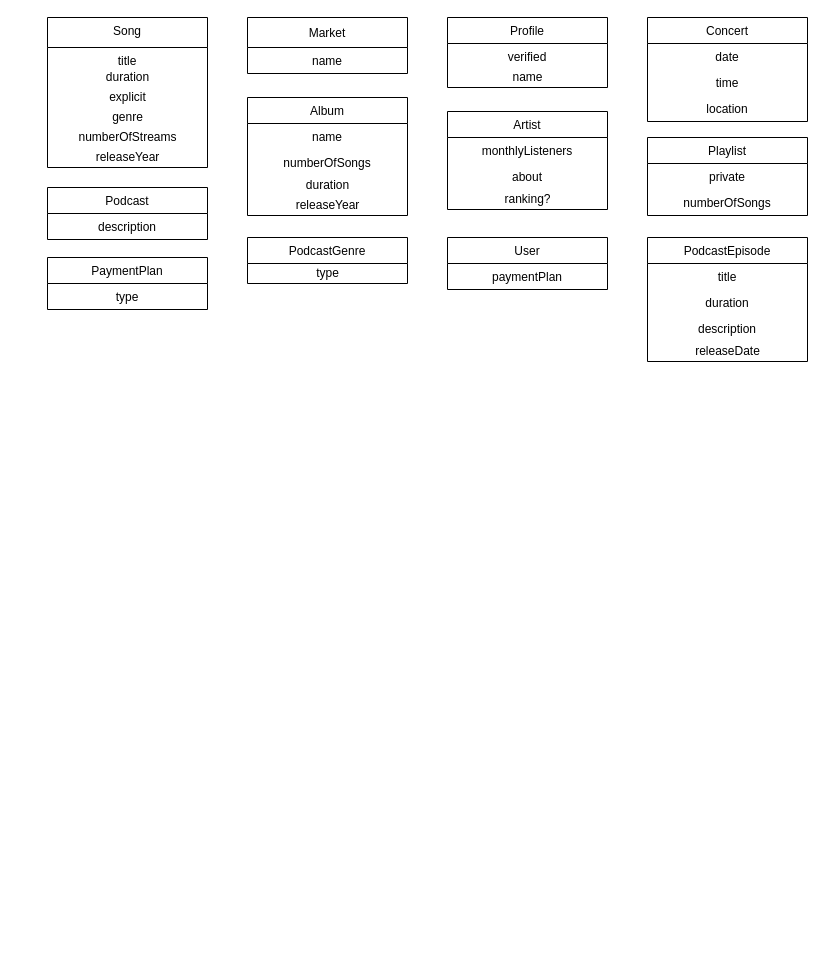
Before: Spotify-class-diag.drawio in Naapperas/feup-bd, a draw.io diagram. Source tidied: cells renumbered, new cells numbered last; positions are measured from the earlier drawing's top-left corner, leaving out a move shared by most shapes. Both pictures are drawn from the tidied source at 100%, with x=0, y=0 at pixel (47, 17).
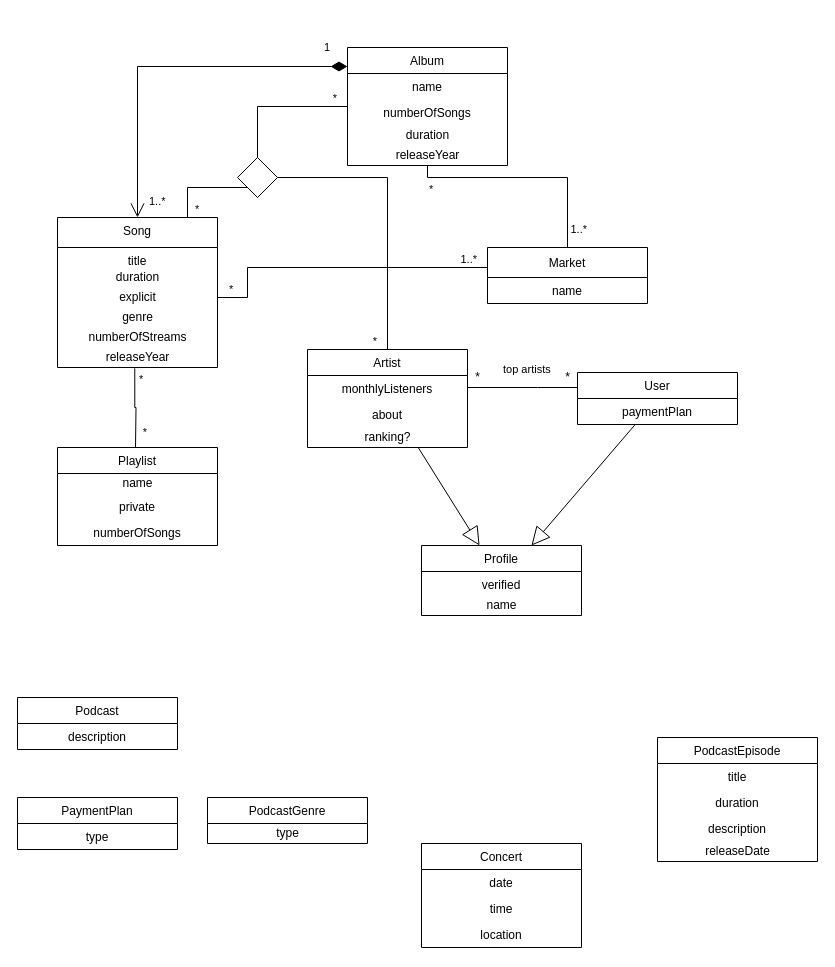
After the change.

Commit message:
Started designing the database's conceptual model

Unchanged cells that the change refers to:
```xml
<mxCell id="8" value="releaseYear" style="text;html=1;align=center;verticalAlign=middle;points=[];strokeColor=none;fillColor=none;" parent="2" vertex="1">
  <mxGeometry y="130" width="160" height="20" as="geometry" />
</mxCell>
```

What changed in the source:
```diff
@@
     <mxCell id="2" value="Song" style="swimlane;fontStyle=0;align=center;verticalAlign=top;horizontal=1;startSize=30;rounded=0;shadow=0;strokeWidth=1;" parent="1" vertex="1">
-      <mxGeometry width="160" height="150" as="geometry" />
+      <mxGeometry x="10" y="200" width="160" height="150" as="geometry" />
     </mxCell>
@@
     <mxCell id="9" value="Market" style="swimlane;fontStyle=0;horizontal=1;startSize=30;fillColor=none;align=center;" parent="1" vertex="1">
-      <mxGeometry x="200" width="160" height="56" as="geometry" />
+      <mxGeometry x="440" y="230" width="160" height="56" as="geometry" />
     </mxCell>
@@
     <mxCell id="11" value="Album" style="swimlane;fontStyle=0;horizontal=1;startSize=26;fillColor=none;align=center;" parent="1" vertex="1">
-      <mxGeometry x="200" y="80" width="160" height="118" as="geometry" />
+      <mxGeometry x="300" y="30" width="160" height="118" as="geometry" />
     </mxCell>
@@
     <mxCell id="16" value="Profile" style="swimlane;fontStyle=0;horizontal=1;startSize=26;fillColor=none;align=center;" parent="1" vertex="1">
-      <mxGeometry x="400" width="160" height="70" as="geometry" />
+      <mxGeometry x="374" y="528" width="160" height="70" as="geometry" />
     </mxCell>
@@
     <mxCell id="19" value="Artist" style="swimlane;fontStyle=0;horizontal=1;startSize=26;fillColor=none;align=center;" parent="1" vertex="1">
-      <mxGeometry x="400" y="94" width="160" height="98" as="geometry" />
+      <mxGeometry x="260" y="332" width="160" height="98" as="geometry" />
     </mxCell>
@@
     <mxCell id="23" value="User" style="swimlane;fontStyle=0;horizontal=1;startSize=26;fillColor=none;align=center;" parent="1" vertex="1">
-      <mxGeometry x="400" y="220" width="160" height="52" as="geometry" />
+      <mxGeometry x="530" y="355" width="160" height="52" as="geometry" />
     </mxCell>
@@
     <mxCell id="25" value="Concert" style="swimlane;fontStyle=0;horizontal=1;startSize=26;fillColor=none;align=center;" parent="1" vertex="1">
-      <mxGeometry x="600" width="160" height="104" as="geometry" />
+      <mxGeometry x="374" y="826" width="160" height="104" as="geometry" />
     </mxCell>
@@
     <mxCell id="29" value="Playlist" style="swimlane;fontStyle=0;horizontal=1;startSize=26;fillColor=none;align=center;" parent="1" vertex="1">
-      <mxGeometry x="600" y="120" width="160" height="78" as="geometry" />
+      <mxGeometry x="10" y="430" width="160" height="98" as="geometry" />
     </mxCell>
+    <mxCell id="43" value="name" style="text;html=1;align=center;verticalAlign=middle;strokeColor=none;fillColor=none;" parent="29" vertex="1">
+      <mxGeometry y="26" width="160" height="20" as="geometry" />
+    </mxCell>
     <mxCell id="30" value="private" style="text;strokeColor=none;fillColor=none;align=center;verticalAlign=top;spacingLeft=4;spacingRight=4;overflow=hidden;" parent="29" vertex="1">
-      <mxGeometry y="26" width="160" height="26" as="geometry" />
+      <mxGeometry y="46" width="160" height="26" as="geometry" />
     </mxCell>
     <mxCell id="31" value="numberOfSongs" style="text;strokeColor=none;fillColor=none;align=center;verticalAlign=top;spacingLeft=4;spacingRight=4;overflow=hidden;" parent="29" vertex="1">
-      <mxGeometry y="52" width="160" height="26" as="geometry" />
+      <mxGeometry y="72" width="160" height="26" as="geometry" />
     </mxCell>
     <mxCell id="32" value="Podcast" style="swimlane;fontStyle=0;horizontal=1;startSize=26;fillColor=none;align=center;" parent="1" vertex="1">
-      <mxGeometry y="170" width="160" height="52" as="geometry" />
+      <mxGeometry x="-30" y="680" width="160" height="52" as="geometry" />
     </mxCell>
@@
     <mxCell id="34" value="PodcastGenre" style="swimlane;fontStyle=0;horizontal=1;startSize=26;fillColor=none;align=center;" parent="1" vertex="1">
-      <mxGeometry x="200" y="220" width="160" height="46" as="geometry" />
+      <mxGeometry x="160" y="780" width="160" height="46" as="geometry" />
     </mxCell>
@@
     <mxCell id="36" value="PaymentPlan" style="swimlane;fontStyle=0;horizontal=1;startSize=26;fillColor=none;align=center;" parent="1" vertex="1">
-      <mxGeometry y="240" width="160" height="52" as="geometry" />
+      <mxGeometry x="-30" y="780" width="160" height="52" as="geometry" />
     </mxCell>
@@
     <mxCell id="38" value="PodcastEpisode" style="swimlane;fontStyle=0;horizontal=1;startSize=26;fillColor=none;align=center;" parent="1" vertex="1">
-      <mxGeometry x="600" y="220" width="160" height="124" as="geometry" />
+      <mxGeometry x="610" y="720" width="160" height="124" as="geometry" />
     </mxCell>
@@
+    <mxCell id="44" value="1" style="endArrow=open;html=1;endSize=12;startArrow=diamondThin;startSize=14;startFill=1;edgeStyle=orthogonalEdgeStyle;align=left;verticalAlign=bottom;rounded=0;" parent="1" edge="1" source="11" target="2">
+      <mxGeometry x="-0.86" y="-10" relative="1" as="geometry">
+        <Array as="points">
+          <mxPoint x="90" y="49" />
+        </Array>
+      </mxGeometry>
+    </mxCell>
+    <mxCell id="45" value="&lt;span style=&quot;color: rgb(0 , 0 , 0) ; font-family: &amp;#34;helvetica&amp;#34; ; font-size: 11px ; font-style: normal ; font-weight: 400 ; letter-spacing: normal ; text-align: left ; text-indent: 0px ; text-transform: none ; word-spacing: 0px ; background-color: rgb(255 , 255 , 255) ; display: inline ; float: none&quot;&gt;1..*&lt;/span&gt;" style="text;whiteSpace=wrap;html=1;" parent="1" vertex="1">
+      <mxGeometry x="100" y="170" width="10" height="20" as="geometry" />
+    </mxCell>
+    <mxCell id="46" style="endArrow=none;html=1;edgeStyle=orthogonalEdgeStyle;rounded=0;align=center;" parent="1" edge="1" source="2" target="9">
+      <mxGeometry relative="1" as="geometry">
+        <Array as="points">
+          <mxPoint x="200" y="280" />
+          <mxPoint x="200" y="250" />
+        </Array>
+      </mxGeometry>
+    </mxCell>
+    <mxCell id="47" value="*" style="edgeLabel;html=1;align=left;verticalAlign=bottom;" parent="46" vertex="1">
+      <mxGeometry x="-1" relative="1" as="geometry">
+        <mxPoint x="10" as="offset" />
+      </mxGeometry>
+    </mxCell>
+    <mxCell id="48" value="1..*" style="edgeLabel;html=1;align=right;verticalAlign=bottom;" parent="46" vertex="1">
+      <mxGeometry x="1" relative="1" as="geometry">
+        <mxPoint x="-10" as="offset" />
+      </mxGeometry>
+    </mxCell>
+    <mxCell id="49" style="endArrow=none;html=1;edgeStyle=orthogonalEdgeStyle;rounded=0;align=center;entryX=0.5;entryY=0;entryDx=0;entryDy=0;" parent="1" edge="1" source="11" target="9">
+      <mxGeometry relative="1" as="geometry">
+        <Array as="points">
+          <mxPoint x="380" y="160" />
+          <mxPoint x="520" y="160" />
+        </Array>
+      </mxGeometry>
+    </mxCell>
+    <mxCell id="50" value="*" style="edgeLabel;html=1;align=left;verticalAlign=bottom;" parent="49" vertex="1">
+      <mxGeometry x="-1" relative="1" as="geometry">
+        <mxPoint y="32" as="offset" />
+      </mxGeometry>
+    </mxCell>
+    <mxCell id="51" value="1..*" style="edgeLabel;html=1;align=right;verticalAlign=bottom;" parent="49" vertex="1">
+      <mxGeometry x="1" relative="1" as="geometry">
+        <mxPoint x="20" y="-10" as="offset" />
+      </mxGeometry>
+    </mxCell>
+    <mxCell id="52" style="endArrow=none;html=1;edgeStyle=orthogonalEdgeStyle;rounded=0;align=center;exitX=0.483;exitY=1.043;exitDx=0;exitDy=0;exitPerimeter=0;" parent="1" edge="1" source="8">
+      <mxGeometry relative="1" as="geometry">
+        <mxPoint x="88" y="430" as="targetPoint" />
+      </mxGeometry>
+    </mxCell>
+    <mxCell id="53" value="*" style="edgeLabel;html=1;align=left;verticalAlign=bottom;" parent="52" vertex="1">
+      <mxGeometry x="-1" relative="1" as="geometry">
+        <mxPoint x="3" y="19" as="offset" />
+      </mxGeometry>
+    </mxCell>
+    <mxCell id="54" value="*" style="edgeLabel;html=1;align=right;verticalAlign=bottom;" parent="52" vertex="1">
+      <mxGeometry x="1" relative="1" as="geometry">
+        <mxPoint x="12" y="-7" as="offset" />
+      </mxGeometry>
+    </mxCell>
+    <mxCell id="55" style="rhombus;whiteSpace=wrap;html=1;align=center;" parent="1" vertex="1">
+      <mxGeometry x="190" y="140" width="40" height="40" as="geometry" />
+    </mxCell>
+    <mxCell id="56" style="endArrow=none;html=1;edgeStyle=orthogonalEdgeStyle;rounded=0;align=center;exitX=0.5;exitY=0;exitDx=0;exitDy=0;" parent="1" edge="1" source="55" target="11">
+      <mxGeometry relative="1" as="geometry" />
+    </mxCell>
+    <mxCell id="57" value="*" style="edgeLabel;html=1;align=right;verticalAlign=bottom;" parent="56" vertex="1">
+      <mxGeometry x="1" relative="1" as="geometry">
+        <mxPoint x="-10" as="offset" />
+      </mxGeometry>
+    </mxCell>
+    <mxCell id="58" style="endArrow=none;html=1;edgeStyle=orthogonalEdgeStyle;rounded=0;align=center;entryX=0.5;entryY=0;entryDx=0;entryDy=0;" parent="1" edge="1" source="55" target="19">
+      <mxGeometry relative="1" as="geometry" />
+    </mxCell>
+    <mxCell id="59" value="*" style="edgeLabel;html=1;align=right;verticalAlign=bottom;" parent="58" vertex="1">
+      <mxGeometry x="1" relative="1" as="geometry">
+        <mxPoint x="-10" as="offset" />
+      </mxGeometry>
+    </mxCell>
+    <mxCell id="60" style="endArrow=none;html=1;edgeStyle=orthogonalEdgeStyle;rounded=0;align=center;" parent="1" edge="1" source="2" target="55">
+      <mxGeometry relative="1" as="geometry">
+        <Array as="points">
+          <mxPoint x="140" y="170" />
+        </Array>
+      </mxGeometry>
+    </mxCell>
+    <mxCell id="61" value="&amp;nbsp; *" style="edgeLabel;html=1;align=left;verticalAlign=bottom;" parent="60" vertex="1">
+      <mxGeometry x="-1" relative="1" as="geometry" />
+    </mxCell>
+    <mxCell id="62" style="endArrow=block;endSize=16;endFill=0;html=1;rounded=0;align=center;" parent="1" edge="1" source="19" target="16">
+      <mxGeometry x="-0.22" y="-35" relative="1" as="geometry" />
+    </mxCell>
+    <mxCell id="63" style="endArrow=block;endSize=16;endFill=0;html=1;rounded=0;align=center;" parent="1" edge="1" source="23" target="16">
+      <mxGeometry x="-0.11" y="42" relative="1" as="geometry" />
+    </mxCell>
+    <mxCell id="64" style="endArrow=none;html=1;edgeStyle=orthogonalEdgeStyle;rounded=0;align=center;" parent="1" edge="1" source="19" target="23">
+      <mxGeometry relative="1" as="geometry">
+        <Array as="points">
+          <mxPoint x="490" y="370" />
+          <mxPoint x="490" y="370" />
+        </Array>
+      </mxGeometry>
+    </mxCell>
+    <mxCell id="65" value="top artists" style="edgeLabel;html=1;align=left;verticalAlign=bottom;" parent="64" vertex="1">
+      <mxGeometry x="-1" relative="1" as="geometry">
+        <mxPoint x="34" y="-10" as="offset" />
+      </mxGeometry>
+    </mxCell>
+    <mxCell id="66" value="*" style="text;html=1;align=center;verticalAlign=middle;strokeColor=none;fillColor=none;" parent="1" vertex="1">
+      <mxGeometry x="420" y="350" width="20" height="20" as="geometry" />
+    </mxCell>
+    <mxCell id="67" value="*" style="text;html=1;align=center;verticalAlign=middle;strokeColor=none;fillColor=none;" parent="1" vertex="1">
+      <mxGeometry x="510" y="350" width="20" height="20" as="geometry" />
+    </mxCell>
```
